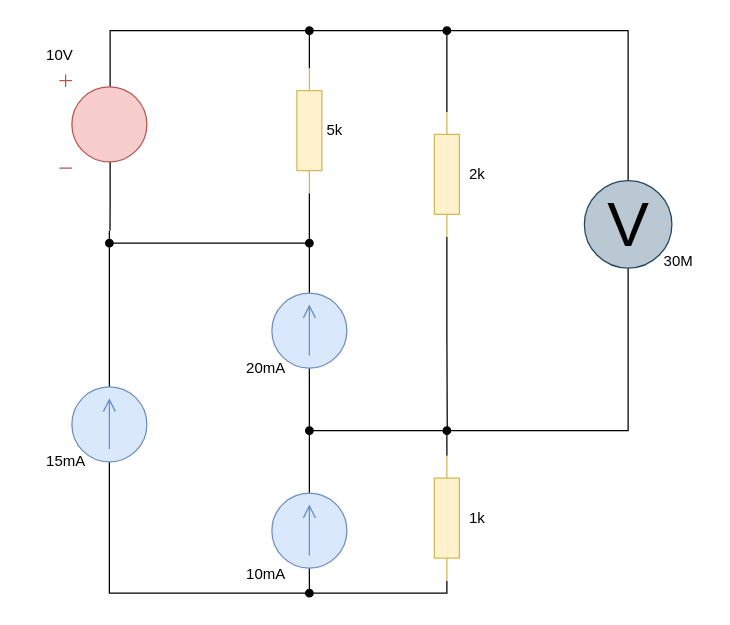
The draw.io diagram page "task" (1 of 4) of lab1/lab1.drawio in nlrezortiez/eltex_23-24, before the edit. Source tidied: cells renumbered, new cells numbered last; positions are measured from the earlier drawing's top-left corner, leaving out a move shared by most shapes. Both pictures are drawn from the tidied source at 125%, with x=0, y=0 at pixel (34, 30).
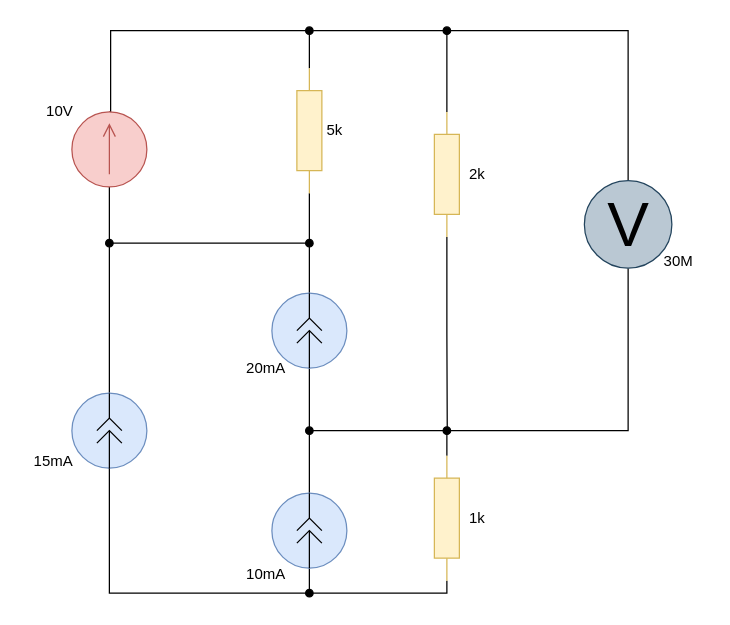
The same diagram, later.

Unchanged cells that the change refers to:
```xml
<mxCell id="12" style="verticalLabelPosition=bottom;shadow=0;dashed=0;align=center;html=1;verticalAlign=top;shape=mxgraph.electrical.resistors.resistor_1;direction=south;fillColor=#fff2cc;strokeColor=#d6b656;" parent="1" vertex="1">
  <mxGeometry x="210" y="30" width="20" height="100" as="geometry" />
</mxCell>
```

Diff of the diagram source:
```diff
@@
-    <mxCell id="2" style="edgeStyle=orthogonalEdgeStyle;rounded=0;jettySize=auto;html=1;exitX=0.58;exitY=0.935;exitDx=0;exitDy=0;exitPerimeter=0;endArrow=none;endFill=0;" parent="1" edge="1" source="4">
-      <mxGeometry relative="1" as="geometry">
-        <mxPoint x="60.5" y="160" as="targetPoint" />
-      </mxGeometry>
-    </mxCell>
-    <mxCell id="3" style="edgeStyle=orthogonalEdgeStyle;rounded=0;jettySize=auto;html=1;exitX=0.58;exitY=0.135;exitDx=0;exitDy=0;exitPerimeter=0;entryX=0;entryY=0.5;entryDx=0;entryDy=0;entryPerimeter=0;endArrow=none;endFill=0;" parent="1" edge="1" source="4" target="12">
+    <mxCell id="3" style="edgeStyle=orthogonalEdgeStyle;rounded=0;jettySize=auto;html=1;exitX=1;exitY=0.5;exitDx=0;exitDy=0;exitPerimeter=0;entryX=0;entryY=0.5;entryDx=0;entryDy=0;entryPerimeter=0;endArrow=none;endFill=0;" parent="1" edge="1" source="34" target="12">
       <mxGeometry relative="1" as="geometry">
         <Array as="points">
+          <mxPoint x="61" y="65" />
           <mxPoint x="61" />
           <mxPoint x="220" />
         </Array>
       </mxGeometry>
     </mxCell>
-    <mxCell id="4" style="verticalLabelPosition=bottom;shadow=0;dashed=0;align=center;html=1;verticalAlign=top;shape=mxgraph.electrical.signal_sources.dc_source_1;fillColor=#f8cecc;strokeColor=#b85450;" parent="1" vertex="1">
-      <mxGeometry x="20" y="35" width="70" height="75" as="geometry" />
-    </mxCell>
@@
-    <mxCell id="16" style="edgeStyle=orthogonalEdgeStyle;rounded=0;jettySize=auto;html=1;exitX=0;exitY=0.5;exitDx=0;exitDy=0;exitPerimeter=0;entryX=0;entryY=0.5;entryDx=0;entryDy=0;entryPerimeter=0;endArrow=none;endFill=0;" parent="1" edge="1" source="18" target="23">
-      <mxGeometry relative="1" as="geometry" />
-    </mxCell>
-    <mxCell id="17" style="edgeStyle=orthogonalEdgeStyle;rounded=0;jettySize=auto;html=1;exitX=1;exitY=0.5;exitDx=0;exitDy=0;exitPerimeter=0;endArrow=oval;endFill=1;" parent="1" edge="1" source="18">
-      <mxGeometry relative="1" as="geometry">
-        <mxPoint x="60" y="170" as="targetPoint" />
-      </mxGeometry>
-    </mxCell>
-    <mxCell id="18" style="verticalLabelPosition=bottom;shadow=0;dashed=0;align=center;html=1;verticalAlign=top;shape=mxgraph.electrical.signal_sources.source;points=[[0.5,0,0],[1,0.5,0],[0.5,1,0],[0,0.5,0]];elSignalType=dc1;direction=north;fillColor=#dae8fc;strokeColor=#6c8ebf;" parent="1" vertex="1">
-      <mxGeometry x="30" y="285" width="60" height="60" as="geometry" />
-    </mxCell>
-    <mxCell id="19" style="edgeStyle=orthogonalEdgeStyle;rounded=0;jettySize=auto;html=1;exitX=1;exitY=0.5;exitDx=0;exitDy=0;exitPerimeter=0;endArrow=none;endFill=0;" parent="1" edge="1" source="21">
-      <mxGeometry relative="1" as="geometry">
-        <mxPoint x="60" y="160" as="targetPoint" />
-        <Array as="points">
-          <mxPoint x="220" y="170" />
-          <mxPoint x="60" y="170" />
-        </Array>
-      </mxGeometry>
-    </mxCell>
+    <mxCell id="32" style="edgeStyle=orthogonalEdgeStyle;rounded=0;jettySize=auto;html=1;exitX=0.5;exitY=0;exitDx=0;exitDy=0;endArrow=oval;endFill=1;" parent="1" edge="1" source="35">
+      <mxGeometry relative="1" as="geometry">
+        <mxPoint x="60" y="170" as="targetPoint" />
+      </mxGeometry>
+    </mxCell>
-    <mxCell id="20" style="edgeStyle=orthogonalEdgeStyle;rounded=0;jettySize=auto;html=1;exitX=0;exitY=0.5;exitDx=0;exitDy=0;exitPerimeter=0;endArrow=none;endFill=0;" parent="1" edge="1" source="21">
+    <mxCell id="20" style="edgeStyle=orthogonalEdgeStyle;rounded=0;orthogonalLoop=1;jettySize=auto;html=1;exitX=0;exitY=0.5;exitDx=0;exitDy=0;exitPerimeter=0;endArrow=none;endFill=0;" parent="1" edge="1">
       <mxGeometry relative="1" as="geometry">
+        <mxPoint x="220" y="270" as="sourcePoint" />
         <mxPoint x="220" y="320" as="targetPoint" />
       </mxGeometry>
     </mxCell>
-    <mxCell id="21" style="verticalLabelPosition=bottom;shadow=0;dashed=0;align=center;html=1;verticalAlign=top;shape=mxgraph.electrical.signal_sources.source;points=[[0.5,0,0],[1,0.5,0],[0.5,1,0],[0,0.5,0]];elSignalType=dc1;direction=north;fillColor=#dae8fc;strokeColor=#6c8ebf;" parent="1" vertex="1">
-      <mxGeometry x="190" y="210" width="60" height="60" as="geometry" />
-    </mxCell>
-    <mxCell id="22" style="edgeStyle=orthogonalEdgeStyle;rounded=0;jettySize=auto;html=1;exitX=1;exitY=0.5;exitDx=0;exitDy=0;exitPerimeter=0;endArrow=oval;endFill=1;" parent="1" edge="1" source="23">
+    <mxCell id="22" style="edgeStyle=orthogonalEdgeStyle;rounded=0;orthogonalLoop=1;jettySize=auto;html=1;exitX=1;exitY=0.5;exitDx=0;exitDy=0;exitPerimeter=0;endArrow=oval;endFill=1;" parent="1" edge="1">
       <mxGeometry relative="1" as="geometry">
+        <mxPoint x="220" y="370" as="sourcePoint" />
         <mxPoint x="220" y="320" as="targetPoint" />
       </mxGeometry>
     </mxCell>
-    <mxCell id="23" style="verticalLabelPosition=bottom;shadow=0;dashed=0;align=center;html=1;verticalAlign=top;shape=mxgraph.electrical.signal_sources.source;points=[[0.5,0,0],[1,0.5,0],[0.5,1,0],[0,0.5,0]];elSignalType=dc1;direction=north;fillColor=#dae8fc;strokeColor=#6c8ebf;" parent="1" vertex="1">
-      <mxGeometry x="190" y="370" width="60" height="60" as="geometry" />
-    </mxCell>
@@
     <mxCell id="27" value="15mA" style="text;html=1;align=center;verticalAlign=middle;strokeColor=none;fillColor=none;" parent="1" vertex="1">
-      <mxGeometry y="330" width="50" height="30" as="geometry" />
+      <mxGeometry x="-10" y="330" width="50" height="30" as="geometry" />
     </mxCell>
     <mxCell id="28" value="10V&lt;br&gt;" style="text;html=1;align=center;verticalAlign=middle;strokeColor=none;fillColor=none;" parent="1" vertex="1">
-      <mxGeometry y="5" width="40" height="30" as="geometry" />
+      <mxGeometry y="50" width="40" height="30" as="geometry" />
     </mxCell>
@@
+    <mxCell id="33" style="edgeStyle=orthogonalEdgeStyle;rounded=0;jettySize=auto;html=1;exitX=0;exitY=0.5;exitDx=0;exitDy=0;exitPerimeter=0;endArrow=none;endFill=0;" parent="1" edge="1" source="34">
+      <mxGeometry relative="1" as="geometry">
+        <mxPoint x="60" y="170" as="targetPoint" />
+      </mxGeometry>
+    </mxCell>
+    <mxCell id="34" style="verticalLabelPosition=bottom;shadow=0;dashed=0;align=center;html=1;verticalAlign=top;shape=mxgraph.electrical.signal_sources.source;points=[[0.5,0,0],[1,0.5,0],[0.5,1,0],[0,0.5,0]];elSignalType=dc1;direction=north;fillColor=#f8cecc;strokeColor=#b85450;" parent="1" vertex="1">
+      <mxGeometry x="30" y="65" width="60" height="60" as="geometry" />
+    </mxCell>
+    <mxCell id="35" style="ellipse;whiteSpace=wrap;html=1;fillColor=#dae8fc;strokeColor=#6c8ebf;" parent="1" vertex="1">
+      <mxGeometry x="30" y="290" width="60" height="60" as="geometry" />
+    </mxCell>
+    <mxCell id="36" style="verticalLabelPosition=bottom;shadow=0;dashed=0;align=center;html=1;verticalAlign=top;shape=mxgraph.electrical.miscellaneous.plug_socket_connection;" parent="1" vertex="1">
+      <mxGeometry x="50" y="310" width="20" height="20" as="geometry" />
+    </mxCell>
+    <mxCell id="37" style="endArrow=none;html=1;rounded=0;exitX=0.5;exitY=1;exitDx=0;exitDy=0;entryX=0.5;entryY=0.5;entryDx=0;entryDy=0;entryPerimeter=0;" parent="1" edge="1" source="35" target="36">
+      <mxGeometry relative="1" as="geometry" />
+    </mxCell>
+    <mxCell id="38" style="endArrow=none;html=1;rounded=0;exitX=0.5;exitY=0;exitDx=0;exitDy=0;entryX=0.5;entryY=0;entryDx=0;entryDy=0;exitPerimeter=0;" parent="1" edge="1" source="36" target="35">
+      <mxGeometry relative="1" as="geometry" />
+    </mxCell>
+    <mxCell id="39" style="edgeStyle=orthogonalEdgeStyle;rounded=0;jettySize=auto;html=1;exitX=0.5;exitY=1;exitDx=0;exitDy=0;entryX=0.5;entryY=1;entryDx=0;entryDy=0;endArrow=none;endFill=0;" parent="1" edge="1" source="40" target="35">
+      <mxGeometry relative="1" as="geometry" />
+    </mxCell>
+    <mxCell id="40" style="ellipse;whiteSpace=wrap;html=1;fillColor=#dae8fc;strokeColor=#6c8ebf;" parent="1" vertex="1">
+      <mxGeometry x="190" y="370" width="60" height="60" as="geometry" />
+    </mxCell>
+    <mxCell id="41" style="verticalLabelPosition=bottom;shadow=0;dashed=0;align=center;html=1;verticalAlign=top;shape=mxgraph.electrical.miscellaneous.plug_socket_connection;" parent="1" vertex="1">
+      <mxGeometry x="210" y="390" width="20" height="20" as="geometry" />
+    </mxCell>
+    <mxCell id="42" style="endArrow=none;html=1;rounded=0;exitX=0.5;exitY=1;exitDx=0;exitDy=0;entryX=0.5;entryY=0.5;entryDx=0;entryDy=0;entryPerimeter=0;" parent="1" edge="1" source="40" target="41">
+      <mxGeometry relative="1" as="geometry" />
+    </mxCell>
+    <mxCell id="43" style="endArrow=none;html=1;rounded=0;exitX=0.5;exitY=0;exitDx=0;exitDy=0;entryX=0.5;entryY=0;entryDx=0;entryDy=0;exitPerimeter=0;" parent="1" edge="1" source="41" target="40">
+      <mxGeometry relative="1" as="geometry" />
+    </mxCell>
+    <mxCell id="44" style="edgeStyle=orthogonalEdgeStyle;rounded=0;jettySize=auto;html=1;exitX=0.5;exitY=0;exitDx=0;exitDy=0;endArrow=none;endFill=0;" parent="1" edge="1" source="45">
+      <mxGeometry relative="1" as="geometry">
+        <mxPoint x="60" y="170" as="targetPoint" />
+        <Array as="points">
+          <mxPoint x="220" y="170" />
+        </Array>
+      </mxGeometry>
+    </mxCell>
+    <mxCell id="45" style="ellipse;whiteSpace=wrap;html=1;fillColor=#dae8fc;strokeColor=#6c8ebf;" parent="1" vertex="1">
+      <mxGeometry x="190" y="210" width="60" height="60" as="geometry" />
+    </mxCell>
+    <mxCell id="46" style="verticalLabelPosition=bottom;shadow=0;dashed=0;align=center;html=1;verticalAlign=top;shape=mxgraph.electrical.miscellaneous.plug_socket_connection;" parent="1" vertex="1">
+      <mxGeometry x="210" y="230" width="20" height="20" as="geometry" />
+    </mxCell>
+    <mxCell id="47" style="endArrow=none;html=1;rounded=0;exitX=0.5;exitY=1;exitDx=0;exitDy=0;entryX=0.5;entryY=0.5;entryDx=0;entryDy=0;entryPerimeter=0;" parent="1" edge="1" source="45" target="46">
+      <mxGeometry relative="1" as="geometry" />
+    </mxCell>
+    <mxCell id="48" style="endArrow=none;html=1;rounded=0;exitX=0.5;exitY=0;exitDx=0;exitDy=0;entryX=0.5;entryY=0;entryDx=0;entryDy=0;exitPerimeter=0;" parent="1" edge="1" source="46" target="45">
+      <mxGeometry relative="1" as="geometry" />
+    </mxCell>
```
